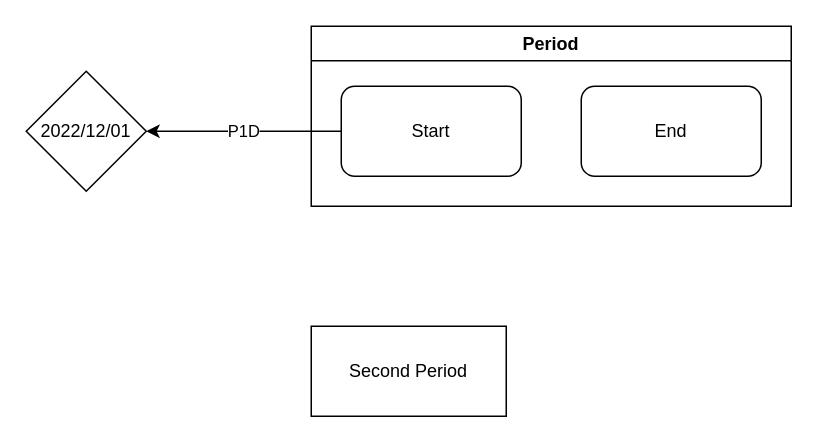
Nasdanika/html keeps this draw.io diagram as page "Page-1" (1 of 2) of model/app.gen/test-semantic-mapping/semantic-mapping.drawio. Above is the earlier version. Source tidied: cells renumbered, new cells numbered last; positions are measured from the earlier drawing's top-left corner, leaving out a move shared by most shapes. Both pictures are drawn from the tidied source at 150%, with x=0, y=0 at pixel (26, 26).
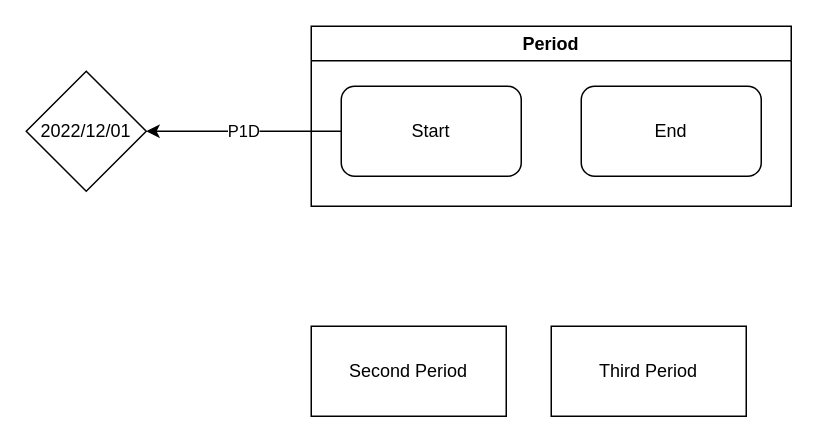
The same diagram, later.

Commit message (it also covers changes not shown here):
Diagram loading work in progress

Change to the diagram source:
```diff
@@
 <mxGraphModel>
   <root>
     <mxCell id="0" />
     <mxCell id="1" parent="0" />
     <mxCell id="2" value="Period" style="swimlane;" parent="1" vertex="1">
       <mxGeometry x="190" width="320" height="120" as="geometry" />
     </mxCell>
     <mxCell id="3" value="Start" style="rounded=1;whiteSpace=wrap;html=1;" parent="2" vertex="1">
       <mxGeometry x="20" y="40" width="120" height="60" as="geometry" />
     </mxCell>
     <mxCell id="4" value="End" style="rounded=1;whiteSpace=wrap;html=1;" parent="2" vertex="1">
       <mxGeometry x="180" y="40" width="120" height="60" as="geometry" />
     </mxCell>
     <mxCell id="5" value="2022/12/01" style="rhombus;whiteSpace=wrap;html=1;" parent="1" vertex="1">
       <mxGeometry y="30" width="80" height="80" as="geometry" />
     </mxCell>
     <mxCell id="6" value="P1D" style="edgeStyle=orthogonalEdgeStyle;rounded=0;jettySize=auto;html=1;" parent="1" edge="1" source="3" target="5">
       <mxGeometry relative="1" as="geometry" />
     </mxCell>
     <mxCell id="7" value="Second Period" style="rounded=0;whiteSpace=wrap;html=1;" parent="1" vertex="1">
       <mxGeometry x="190" y="200" width="130" height="60" as="geometry" />
     </mxCell>
+    <mxCell id="8" value="Third Period" style="rounded=0;whiteSpace=wrap;html=1;" parent="1" vertex="1">
+      <mxGeometry x="350" y="200" width="130" height="60" as="geometry" />
+    </mxCell>
   </root>
 </mxGraphModel>
```
